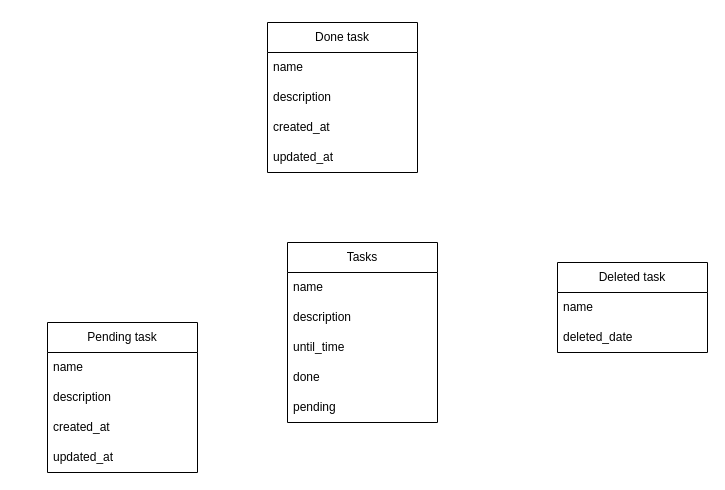
The draw.io diagram project_1_db.drawio in nurgelli/ProjectFlow, before the edit. Source tidied: cells renumbered, new cells numbered last; positions are measured from the earlier drawing's top-left corner, leaving out a move shared by most shapes. Both pictures are drawn from the tidied source at 100%, with x=0, y=0 at pixel (47, 22).
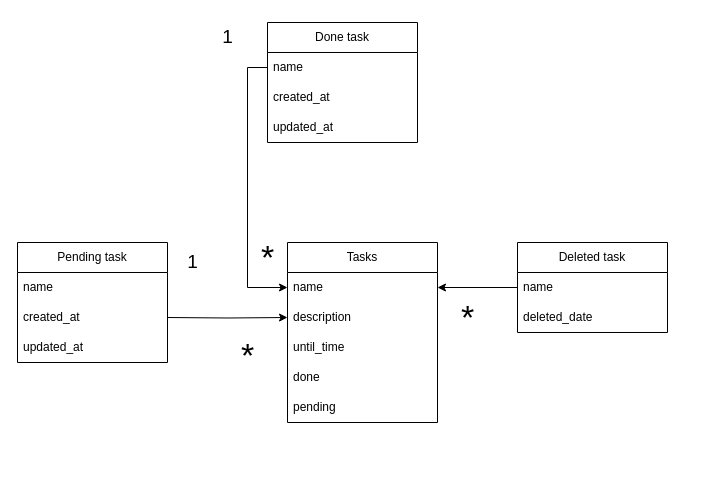
Above is the later version.

Unchanged cells that the change refers to:
```xml
<mxCell id="3" value="name" style="text;strokeColor=none;fillColor=none;align=left;verticalAlign=middle;spacingLeft=4;spacingRight=4;overflow=hidden;points=[[0,0.5],[1,0.5]];portConstraint=eastwest;whiteSpace=wrap;html=1;" parent="2" vertex="1">
  <mxGeometry y="30" width="150" height="30" as="geometry" />
</mxCell>
<mxCell id="13" value="name" style="text;strokeColor=none;fillColor=none;align=left;verticalAlign=middle;spacingLeft=4;spacingRight=4;overflow=hidden;points=[[0,0.5],[1,0.5]];portConstraint=eastwest;whiteSpace=wrap;html=1;" parent="12" vertex="1">
  <mxGeometry y="30" width="150" height="30" as="geometry" />
</mxCell>
<mxCell id="14" value="description" style="text;strokeColor=none;fillColor=none;align=left;verticalAlign=middle;spacingLeft=4;spacingRight=4;overflow=hidden;points=[[0,0.5],[1,0.5]];portConstraint=eastwest;whiteSpace=wrap;html=1;" parent="12" vertex="1">
  <mxGeometry y="60" width="150" height="30" as="geometry" />
</mxCell>
<mxCell id="19" value="name" style="text;strokeColor=none;fillColor=none;align=left;verticalAlign=middle;spacingLeft=4;spacingRight=4;overflow=hidden;points=[[0,0.5],[1,0.5]];portConstraint=eastwest;whiteSpace=wrap;html=1;" parent="18" vertex="1">
  <mxGeometry y="30" width="150" height="30" as="geometry" />
</mxCell>
```

What changed in the source:
```diff
@@
     <mxCell id="2" value="Done task" style="swimlane;fontStyle=0;horizontal=1;startSize=30;whiteSpace=wrap;html=1;" parent="1" vertex="1">
-      <mxGeometry x="220" width="150" height="150" as="geometry" />
+      <mxGeometry x="220" width="150" height="120" as="geometry" />
     </mxCell>
@@
-    <mxCell id="4" value="description" style="text;strokeColor=none;fillColor=none;align=left;verticalAlign=middle;spacingLeft=4;spacingRight=4;overflow=hidden;whiteSpace=wrap;html=1;" parent="2" vertex="1">
-      <mxGeometry y="60" width="150" height="30" as="geometry" />
-    </mxCell>
     <mxCell id="5" value="created_at" style="text;strokeColor=none;fillColor=none;align=left;verticalAlign=middle;spacingLeft=4;spacingRight=4;overflow=hidden;whiteSpace=wrap;html=1;" parent="2" vertex="1">
-      <mxGeometry y="90" width="150" height="30" as="geometry" />
+      <mxGeometry y="60" width="150" height="30" as="geometry" />
     </mxCell>
     <mxCell id="6" value="updated_at" style="text;strokeColor=none;fillColor=none;align=left;verticalAlign=middle;spacingLeft=4;spacingRight=4;overflow=hidden;whiteSpace=wrap;html=1;" parent="2" vertex="1">
-      <mxGeometry y="120" width="150" height="30" as="geometry" />
+      <mxGeometry y="90" width="150" height="30" as="geometry" />
     </mxCell>
     <mxCell id="7" value="Pending task" style="swimlane;fontStyle=0;horizontal=1;startSize=30;whiteSpace=wrap;html=1;" parent="1" vertex="1">
-      <mxGeometry y="300" width="150" height="150" as="geometry" />
+      <mxGeometry x="-30" y="220" width="150" height="120" as="geometry" />
     </mxCell>
@@
-    <mxCell id="9" value="description" style="text;strokeColor=none;fillColor=none;align=left;verticalAlign=middle;spacingLeft=4;spacingRight=4;overflow=hidden;whiteSpace=wrap;html=1;" parent="7" vertex="1">
-      <mxGeometry y="60" width="150" height="30" as="geometry" />
-    </mxCell>
     <mxCell id="10" value="created_at" style="text;strokeColor=none;fillColor=none;align=left;verticalAlign=middle;spacingLeft=4;spacingRight=4;overflow=hidden;whiteSpace=wrap;html=1;" parent="7" vertex="1">
-      <mxGeometry y="90" width="150" height="30" as="geometry" />
+      <mxGeometry y="60" width="150" height="30" as="geometry" />
     </mxCell>
     <mxCell id="11" value="updated_at" style="text;strokeColor=none;fillColor=none;align=left;verticalAlign=middle;spacingLeft=4;spacingRight=4;overflow=hidden;whiteSpace=wrap;html=1;" parent="7" vertex="1">
-      <mxGeometry y="120" width="150" height="30" as="geometry" />
+      <mxGeometry y="90" width="150" height="30" as="geometry" />
     </mxCell>
@@
     <mxCell id="18" value="Deleted task" style="swimlane;fontStyle=0;horizontal=1;startSize=30;whiteSpace=wrap;html=1;" parent="1" vertex="1">
-      <mxGeometry x="510" y="240" width="150" height="90" as="geometry" />
+      <mxGeometry x="470" y="220" width="150" height="90" as="geometry" />
     </mxCell>
@@
+    <mxCell id="21" style="edgeStyle=orthogonalEdgeStyle;rounded=0;jettySize=auto;html=1;exitX=0;exitY=0.5;exitDx=0;exitDy=0;entryX=0;entryY=0.5;entryDx=0;entryDy=0;" parent="1" edge="1" source="3" target="13">
+      <mxGeometry relative="1" as="geometry" />
+    </mxCell>
+    <mxCell id="22" style="edgeStyle=orthogonalEdgeStyle;rounded=0;jettySize=auto;html=1;entryX=0;entryY=0.5;entryDx=0;entryDy=0;" parent="1" edge="1" target="14">
+      <mxGeometry relative="1" as="geometry">
+        <mxPoint x="120" y="295" as="sourcePoint" />
+      </mxGeometry>
+    </mxCell>
+    <mxCell id="23" style="edgeStyle=orthogonalEdgeStyle;rounded=0;jettySize=auto;html=1;entryX=1;entryY=0.5;entryDx=0;entryDy=0;" parent="1" edge="1" source="19" target="13">
+      <mxGeometry relative="1" as="geometry" />
+    </mxCell>
+    <mxCell id="24" value="&lt;font style=&quot;font-size: 34px;&quot;&gt;*&lt;/font&gt;" style="text;html=1;align=center;verticalAlign=middle;strokeColor=none;fillColor=none;" parent="1" vertex="1">
+      <mxGeometry x="180" y="308" width="40" height="50" as="geometry" />
+    </mxCell>
+    <mxCell id="25" value="&lt;font style=&quot;font-size: 34px;&quot;&gt;*&lt;/font&gt;" style="text;html=1;align=center;verticalAlign=middle;strokeColor=none;fillColor=none;" parent="1" vertex="1">
+      <mxGeometry x="200" y="210" width="40" height="50" as="geometry" />
+    </mxCell>
+    <mxCell id="26" value="&lt;font style=&quot;font-size: 19px;&quot;&gt;1&lt;/font&gt;" style="text;html=1;align=center;verticalAlign=middle;strokeColor=none;fillColor=none;" parent="1" vertex="1">
+      <mxGeometry x="165" y="-5" width="30" height="40" as="geometry" />
+    </mxCell>
+    <mxCell id="27" value="&lt;font style=&quot;font-size: 19px;&quot;&gt;1&lt;/font&gt;" style="text;html=1;align=center;verticalAlign=middle;strokeColor=none;fillColor=none;" parent="1" vertex="1">
+      <mxGeometry x="130" y="220" width="30" height="40" as="geometry" />
+    </mxCell>
+    <mxCell id="28" value="&lt;font style=&quot;font-size: 34px;&quot;&gt;*&lt;/font&gt;" style="text;html=1;align=center;verticalAlign=middle;strokeColor=none;fillColor=none;" parent="1" vertex="1">
+      <mxGeometry x="400" y="270" width="40" height="50" as="geometry" />
+    </mxCell>
```
